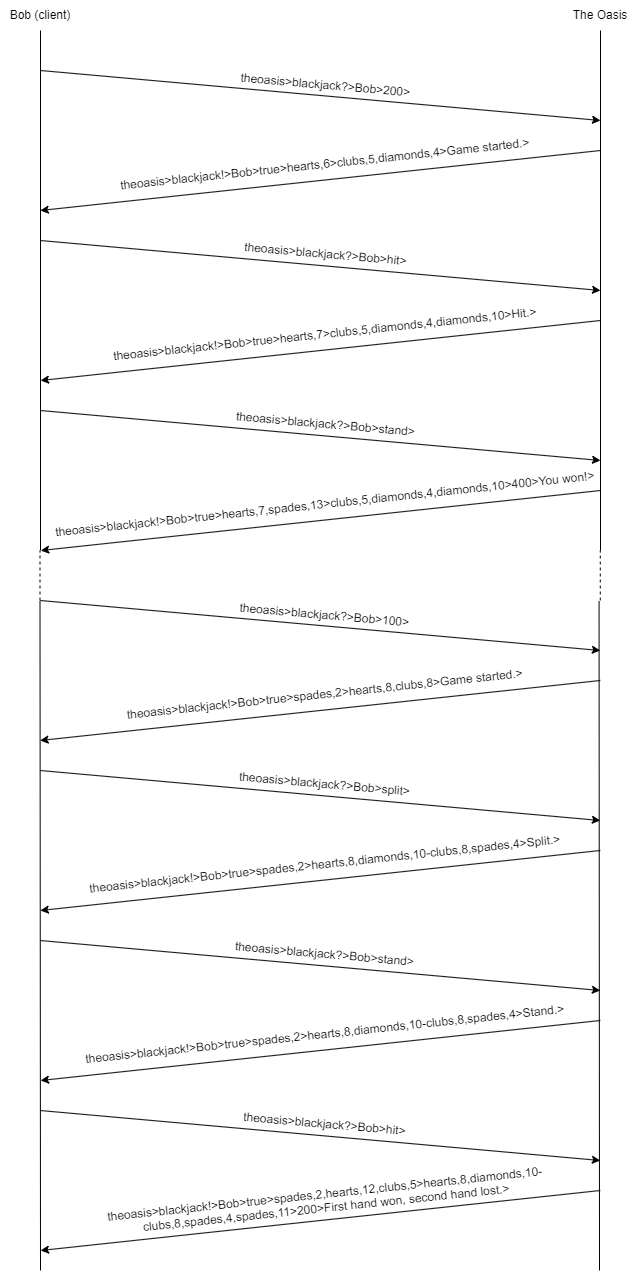
Above: media/blackjack_time.png in BrentGG/NP-ZMQ (draw.io), before the change. Source tidied: cells renumbered, new cells last; positions are measured from the earlier drawing's top-left corner, leaving out a move shared by most shapes. Its diagram source:
```xml
<mxGraphModel>
  <root>
    <mxCell id="0" />
    <mxCell id="1" parent="0" />
    <mxCell id="2" style="endArrow=none;html=1;rounded=0;" parent="1" edge="1">
      <mxGeometry relative="1" as="geometry">
        <mxPoint x="40" y="550" as="sourcePoint" />
        <mxPoint x="40" y="30" as="targetPoint" />
      </mxGeometry>
    </mxCell>
    <mxCell id="3" style="endArrow=none;html=1;rounded=0;" parent="1" edge="1">
      <mxGeometry relative="1" as="geometry">
        <mxPoint x="600" y="550" as="sourcePoint" />
        <mxPoint x="600" y="30" as="targetPoint" />
      </mxGeometry>
    </mxCell>
    <mxCell id="4" value="Bob (client)" style="text;html=1;strokeColor=none;fillColor=none;align=center;verticalAlign=middle;whiteSpace=wrap;rounded=0;" parent="1" vertex="1">
      <mxGeometry width="80" height="30" as="geometry" />
    </mxCell>
    <mxCell id="5" value="The Oasis" style="text;html=1;strokeColor=none;fillColor=none;align=center;verticalAlign=middle;whiteSpace=wrap;rounded=0;" parent="1" vertex="1">
      <mxGeometry x="560" width="80" height="30" as="geometry" />
    </mxCell>
    <mxCell id="6" style="endArrow=classic;html=1;rounded=0;" parent="1" edge="1">
      <mxGeometry relative="1" as="geometry">
        <mxPoint x="40" y="70" as="sourcePoint" />
        <mxPoint x="600" y="120" as="targetPoint" />
      </mxGeometry>
    </mxCell>
    <mxCell id="7" value="theoasis&gt;blackjack?&gt;Bob&gt;200&gt;" style="text;whiteSpace=wrap;fontColor=default;align=center;rotation=5;" parent="1" vertex="1">
      <mxGeometry x="89.9" y="70.5" width="470.1" height="30" as="geometry" />
    </mxCell>
    <mxCell id="8" style="endArrow=classic;html=1;rounded=0;" parent="1" edge="1">
      <mxGeometry relative="1" as="geometry">
        <mxPoint x="600" y="150" as="sourcePoint" />
        <mxPoint x="39.8" y="210" as="targetPoint" />
      </mxGeometry>
    </mxCell>
    <mxCell id="9" style="endArrow=none;dashed=1;html=1;rounded=0;" parent="1" edge="1">
      <mxGeometry relative="1" as="geometry">
        <mxPoint x="39.5" y="600" as="sourcePoint" />
        <mxPoint x="39.5" y="550" as="targetPoint" />
      </mxGeometry>
    </mxCell>
    <mxCell id="10" style="endArrow=none;dashed=1;html=1;rounded=0;" parent="1" edge="1">
      <mxGeometry relative="1" as="geometry">
        <mxPoint x="599.8" y="600" as="sourcePoint" />
        <mxPoint x="599.8" y="550" as="targetPoint" />
      </mxGeometry>
    </mxCell>
    <mxCell id="11" value="theoasis&gt;blackjack!&gt;Bob&gt;true&gt;hearts,6&gt;clubs,5,diamonds,4&gt;Game started.&gt;" style="text;whiteSpace=wrap;fontColor=default;align=center;rotation=354;" parent="1" vertex="1">
      <mxGeometry x="50.1" y="150" width="549.6" height="30" as="geometry" />
    </mxCell>
    <mxCell id="12" style="endArrow=classic;html=1;rounded=0;" parent="1" edge="1">
      <mxGeometry relative="1" as="geometry">
        <mxPoint x="39.8" y="240" as="sourcePoint" />
        <mxPoint x="600" y="290" as="targetPoint" />
      </mxGeometry>
    </mxCell>
    <mxCell id="13" value="theoasis&gt;blackjack?&gt;Bob&gt;hit&gt;" style="text;whiteSpace=wrap;fontColor=default;align=center;rotation=5;" parent="1" vertex="1">
      <mxGeometry x="89.9" y="240" width="470.1" height="30" as="geometry" />
    </mxCell>
    <mxCell id="14" style="endArrow=classic;html=1;rounded=0;" parent="1" edge="1">
      <mxGeometry relative="1" as="geometry">
        <mxPoint x="600" y="320" as="sourcePoint" />
        <mxPoint x="40" y="380" as="targetPoint" />
      </mxGeometry>
    </mxCell>
    <mxCell id="15" value="theoasis&gt;blackjack!&gt;Bob&gt;true&gt;hearts,7&gt;clubs,5,diamonds,4,diamonds,10&gt;Hit.&gt;" style="text;whiteSpace=wrap;fontColor=default;align=center;rotation=354;" parent="1" vertex="1">
      <mxGeometry x="50.1" y="320" width="549.6" height="30" as="geometry" />
    </mxCell>
    <mxCell id="16" style="endArrow=classic;html=1;rounded=0;" parent="1" edge="1">
      <mxGeometry relative="1" as="geometry">
        <mxPoint x="39.8" y="410" as="sourcePoint" />
        <mxPoint x="600" y="460" as="targetPoint" />
      </mxGeometry>
    </mxCell>
    <mxCell id="17" value="theoasis&gt;blackjack?&gt;Bob&gt;stand&gt;" style="text;whiteSpace=wrap;fontColor=default;align=center;rotation=5;" parent="1" vertex="1">
      <mxGeometry x="89.9" y="410" width="470.1" height="30" as="geometry" />
    </mxCell>
    <mxCell id="18" style="endArrow=classic;html=1;rounded=0;" parent="1" edge="1">
      <mxGeometry relative="1" as="geometry">
        <mxPoint x="600" y="490" as="sourcePoint" />
        <mxPoint x="40.3" y="550" as="targetPoint" />
      </mxGeometry>
    </mxCell>
    <mxCell id="19" value="theoasis&gt;blackjack!&gt;Bob&gt;true&gt;hearts,7,spades,13&gt;clubs,5,diamonds,4,diamonds,10&gt;400&gt;You won!&gt;" style="text;whiteSpace=wrap;fontColor=default;align=center;rotation=354;" parent="1" vertex="1">
      <mxGeometry x="50.1" y="490" width="549.6" height="30" as="geometry" />
    </mxCell>
    <mxCell id="20" style="endArrow=classic;html=1;rounded=0;" parent="1" edge="1">
      <mxGeometry relative="1" as="geometry">
        <mxPoint x="39.8" y="600" as="sourcePoint" />
        <mxPoint x="599.8" y="650" as="targetPoint" />
      </mxGeometry>
    </mxCell>
    <mxCell id="21" value="theoasis&gt;blackjack?&gt;Bob&gt;100&gt;" style="text;whiteSpace=wrap;fontColor=default;align=center;rotation=5;" parent="1" vertex="1">
      <mxGeometry x="89.7" y="600.5" width="470.1" height="30" as="geometry" />
    </mxCell>
    <mxCell id="22" style="endArrow=classic;html=1;rounded=0;" parent="1" edge="1">
      <mxGeometry relative="1" as="geometry">
        <mxPoint x="599.8" y="680" as="sourcePoint" />
        <mxPoint x="39.6" y="740" as="targetPoint" />
      </mxGeometry>
    </mxCell>
    <mxCell id="23" value="theoasis&gt;blackjack!&gt;Bob&gt;true&gt;spades,2&gt;hearts,8,clubs,8&gt;Game started.&gt;" style="text;whiteSpace=wrap;fontColor=default;align=center;rotation=354;" parent="1" vertex="1">
      <mxGeometry x="49.9" y="680" width="549.6" height="30" as="geometry" />
    </mxCell>
    <mxCell id="24" style="endArrow=classic;html=1;rounded=0;" parent="1" edge="1">
      <mxGeometry relative="1" as="geometry">
        <mxPoint x="39.6" y="770" as="sourcePoint" />
        <mxPoint x="599.8" y="820" as="targetPoint" />
      </mxGeometry>
    </mxCell>
    <mxCell id="25" value="theoasis&gt;blackjack?&gt;Bob&gt;split&gt;" style="text;whiteSpace=wrap;fontColor=default;align=center;rotation=5;" parent="1" vertex="1">
      <mxGeometry x="89.7" y="770" width="470.1" height="30" as="geometry" />
    </mxCell>
    <mxCell id="26" style="endArrow=classic;html=1;rounded=0;" parent="1" edge="1">
      <mxGeometry relative="1" as="geometry">
        <mxPoint x="599.8" y="850" as="sourcePoint" />
        <mxPoint x="39.8" y="910" as="targetPoint" />
      </mxGeometry>
    </mxCell>
    <mxCell id="27" value="theoasis&gt;blackjack!&gt;Bob&gt;true&gt;spades,2&gt;hearts,8,diamonds,10-clubs,8,spades,4&gt;Split.&gt;" style="text;whiteSpace=wrap;fontColor=default;align=center;rotation=354;" parent="1" vertex="1">
      <mxGeometry x="49.9" y="850" width="549.6" height="30" as="geometry" />
    </mxCell>
    <mxCell id="28" style="endArrow=classic;html=1;rounded=0;" parent="1" edge="1">
      <mxGeometry relative="1" as="geometry">
        <mxPoint x="39.6" y="940" as="sourcePoint" />
        <mxPoint x="599.8" y="990" as="targetPoint" />
      </mxGeometry>
    </mxCell>
    <mxCell id="29" value="theoasis&gt;blackjack?&gt;Bob&gt;stand&gt;" style="text;whiteSpace=wrap;fontColor=default;align=center;rotation=5;" parent="1" vertex="1">
      <mxGeometry x="89.7" y="940" width="470.1" height="30" as="geometry" />
    </mxCell>
    <mxCell id="30" style="endArrow=classic;html=1;rounded=0;" parent="1" edge="1">
      <mxGeometry relative="1" as="geometry">
        <mxPoint x="599.8" y="1020" as="sourcePoint" />
        <mxPoint x="40.1" y="1080" as="targetPoint" />
      </mxGeometry>
    </mxCell>
    <mxCell id="31" style="endArrow=none;html=1;rounded=0;" parent="1" edge="1">
      <mxGeometry relative="1" as="geometry">
        <mxPoint x="40" y="1270" as="sourcePoint" />
        <mxPoint x="39.5" y="600.5" as="targetPoint" />
      </mxGeometry>
    </mxCell>
    <mxCell id="32" style="endArrow=none;html=1;rounded=0;" parent="1" edge="1">
      <mxGeometry relative="1" as="geometry">
        <mxPoint x="599" y="1270" as="sourcePoint" />
        <mxPoint x="598.6" y="600.5" as="targetPoint" />
      </mxGeometry>
    </mxCell>
    <mxCell id="33" value="theoasis&gt;blackjack!&gt;Bob&gt;true&gt;spades,2&gt;hearts,8,diamonds,10-clubs,8,spades,4&gt;Stand.&gt;" style="text;whiteSpace=wrap;fontColor=default;align=center;rotation=354;" parent="1" vertex="1">
      <mxGeometry x="50.1" y="1020" width="549.6" height="30" as="geometry" />
    </mxCell>
    <mxCell id="34" style="endArrow=classic;html=1;rounded=0;" parent="1" edge="1">
      <mxGeometry relative="1" as="geometry">
        <mxPoint x="39.6" y="1110" as="sourcePoint" />
        <mxPoint x="599.8" y="1160" as="targetPoint" />
      </mxGeometry>
    </mxCell>
    <mxCell id="35" value="theoasis&gt;blackjack?&gt;Bob&gt;hit&gt;" style="text;whiteSpace=wrap;fontColor=default;align=center;rotation=5;" parent="1" vertex="1">
      <mxGeometry x="89.7" y="1110" width="470.1" height="30" as="geometry" />
    </mxCell>
    <mxCell id="36" style="endArrow=classic;html=1;rounded=0;" parent="1" edge="1">
      <mxGeometry relative="1" as="geometry">
        <mxPoint x="599.8" y="1190" as="sourcePoint" />
        <mxPoint x="40.1" y="1250" as="targetPoint" />
      </mxGeometry>
    </mxCell>
    <mxCell id="37" value="theoasis&gt;blackjack!&gt;Bob&gt;true&gt;spades,2,hearts,12,clubs,5&gt;hearts,8,diamonds,10-clubs,8,spades,4,spades,11&gt;200&gt;First hand won, second hand lost.&gt;" style="text;whiteSpace=wrap;fontColor=default;align=center;rotation=354;" parent="1" vertex="1">
      <mxGeometry x="49.9" y="1180" width="549.6" height="30" as="geometry" />
    </mxCell>
  </root>
</mxGraphModel>
```
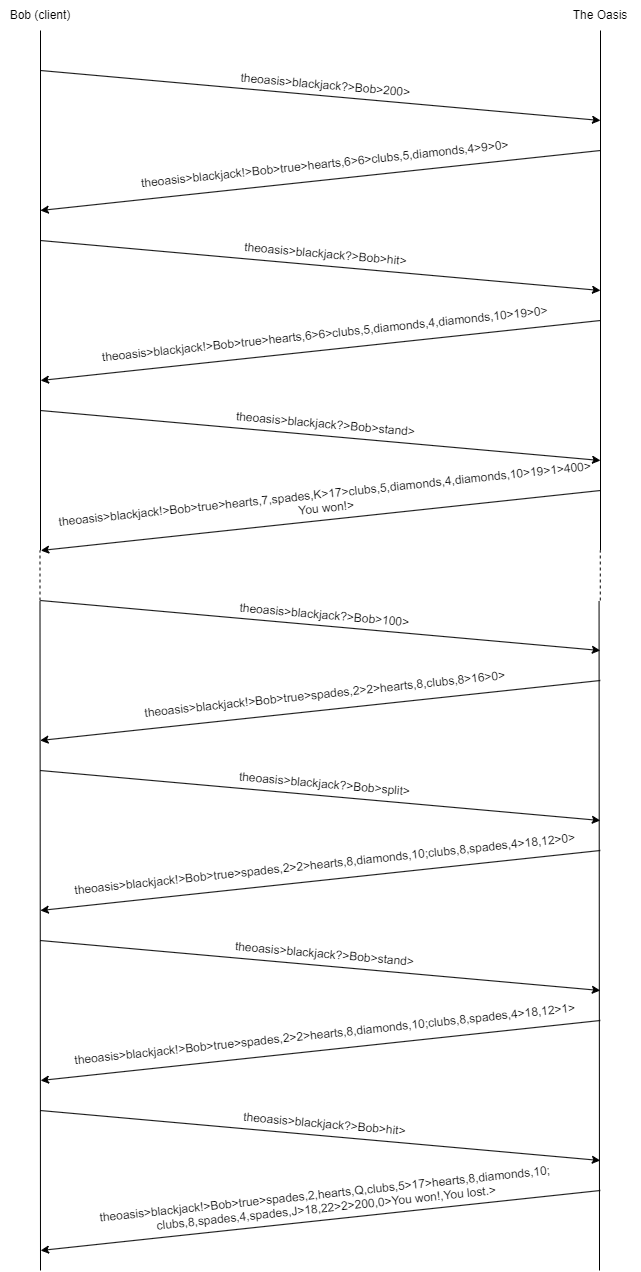
After the commit.

Change to the diagram source:
```diff
@@ -47,7 +47,7 @@
         <mxPoint x="599.8" y="550" as="targetPoint" />
       </mxGeometry>
     </mxCell>
-    <mxCell id="11" value="theoasis&gt;blackjack!&gt;Bob&gt;true&gt;hearts,6&gt;clubs,5,diamonds,4&gt;Game started.&gt;" style="text;whiteSpace=wrap;fontColor=default;align=center;rotation=354;" parent="1" vertex="1">
+    <mxCell id="11" value="theoasis&gt;blackjack!&gt;Bob&gt;true&gt;hearts,6&gt;6&gt;clubs,5,diamonds,4&gt;9&gt;0&gt;" style="text;whiteSpace=wrap;fontColor=default;align=center;rotation=354;" parent="1" vertex="1">
       <mxGeometry x="50.1" y="150" width="549.6" height="30" as="geometry" />
     </mxCell>
     <mxCell id="12" style="endArrow=classic;html=1;rounded=0;" parent="1" edge="1">
@@ -65,7 +65,7 @@
         <mxPoint x="40" y="380" as="targetPoint" />
       </mxGeometry>
     </mxCell>
-    <mxCell id="15" value="theoasis&gt;blackjack!&gt;Bob&gt;true&gt;hearts,7&gt;clubs,5,diamonds,4,diamonds,10&gt;Hit.&gt;" style="text;whiteSpace=wrap;fontColor=default;align=center;rotation=354;" parent="1" vertex="1">
+    <mxCell id="15" value="theoasis&gt;blackjack!&gt;Bob&gt;true&gt;hearts,6&gt;6&gt;clubs,5,diamonds,4,diamonds,10&gt;19&gt;0&gt;" style="text;whiteSpace=wrap;fontColor=default;align=center;rotation=354;" parent="1" vertex="1">
       <mxGeometry x="50.1" y="320" width="549.6" height="30" as="geometry" />
     </mxCell>
     <mxCell id="16" style="endArrow=classic;html=1;rounded=0;" parent="1" edge="1">
@@ -83,8 +83,8 @@
         <mxPoint x="40.3" y="550" as="targetPoint" />
       </mxGeometry>
     </mxCell>
-    <mxCell id="19" value="theoasis&gt;blackjack!&gt;Bob&gt;true&gt;hearts,7,spades,13&gt;clubs,5,diamonds,4,diamonds,10&gt;400&gt;You won!&gt;" style="text;whiteSpace=wrap;fontColor=default;align=center;rotation=354;" parent="1" vertex="1">
-      <mxGeometry x="50.1" y="490" width="549.6" height="30" as="geometry" />
+    <mxCell id="19" value="theoasis&gt;blackjack!&gt;Bob&gt;true&gt;hearts,7,spades,K&gt;17&gt;clubs,5,diamonds,4,diamonds,10&gt;19&gt;1&gt;400&gt;&#10;You won!&gt;" style="text;whiteSpace=wrap;fontColor=default;align=center;rotation=354;" parent="1" vertex="1">
+      <mxGeometry x="49.9" y="480" width="549.6" height="30" as="geometry" />
     </mxCell>
     <mxCell id="20" style="endArrow=classic;html=1;rounded=0;" parent="1" edge="1">
       <mxGeometry relative="1" as="geometry">
@@ -101,7 +101,7 @@
         <mxPoint x="39.6" y="740" as="targetPoint" />
       </mxGeometry>
     </mxCell>
-    <mxCell id="23" value="theoasis&gt;blackjack!&gt;Bob&gt;true&gt;spades,2&gt;hearts,8,clubs,8&gt;Game started.&gt;" style="text;whiteSpace=wrap;fontColor=default;align=center;rotation=354;" parent="1" vertex="1">
+    <mxCell id="23" value="theoasis&gt;blackjack!&gt;Bob&gt;true&gt;spades,2&gt;2&gt;hearts,8,clubs,8&gt;16&gt;0&gt;" style="text;whiteSpace=wrap;fontColor=default;align=center;rotation=354;" parent="1" vertex="1">
       <mxGeometry x="49.9" y="680" width="549.6" height="30" as="geometry" />
     </mxCell>
     <mxCell id="24" style="endArrow=classic;html=1;rounded=0;" parent="1" edge="1">
@@ -119,7 +119,7 @@
         <mxPoint x="39.8" y="910" as="targetPoint" />
       </mxGeometry>
     </mxCell>
-    <mxCell id="27" value="theoasis&gt;blackjack!&gt;Bob&gt;true&gt;spades,2&gt;hearts,8,diamonds,10-clubs,8,spades,4&gt;Split.&gt;" style="text;whiteSpace=wrap;fontColor=default;align=center;rotation=354;" parent="1" vertex="1">
+    <mxCell id="27" value="theoasis&gt;blackjack!&gt;Bob&gt;true&gt;spades,2&gt;2&gt;hearts,8,diamonds,10;clubs,8,spades,4&gt;18,12&gt;0&gt;" style="text;whiteSpace=wrap;fontColor=default;align=center;rotation=354;" parent="1" vertex="1">
       <mxGeometry x="49.9" y="850" width="549.6" height="30" as="geometry" />
     </mxCell>
     <mxCell id="28" style="endArrow=classic;html=1;rounded=0;" parent="1" edge="1">
@@ -149,7 +149,7 @@
         <mxPoint x="598.6" y="600.5" as="targetPoint" />
       </mxGeometry>
     </mxCell>
-    <mxCell id="33" value="theoasis&gt;blackjack!&gt;Bob&gt;true&gt;spades,2&gt;hearts,8,diamonds,10-clubs,8,spades,4&gt;Stand.&gt;" style="text;whiteSpace=wrap;fontColor=default;align=center;rotation=354;" parent="1" vertex="1">
+    <mxCell id="33" value="theoasis&gt;blackjack!&gt;Bob&gt;true&gt;spades,2&gt;2&gt;hearts,8,diamonds,10;clubs,8,spades,4&gt;18,12&gt;1&gt;" style="text;whiteSpace=wrap;fontColor=default;align=center;rotation=354;" parent="1" vertex="1">
       <mxGeometry x="50.1" y="1020" width="549.6" height="30" as="geometry" />
     </mxCell>
     <mxCell id="34" style="endArrow=classic;html=1;rounded=0;" parent="1" edge="1">
@@ -167,7 +167,7 @@
         <mxPoint x="40.1" y="1250" as="targetPoint" />
       </mxGeometry>
     </mxCell>
-    <mxCell id="37" value="theoasis&gt;blackjack!&gt;Bob&gt;true&gt;spades,2,hearts,12,clubs,5&gt;hearts,8,diamonds,10-clubs,8,spades,4,spades,11&gt;200&gt;First hand won, second hand lost.&gt;" style="text;whiteSpace=wrap;fontColor=default;align=center;rotation=354;" parent="1" vertex="1">
+    <mxCell id="37" value="theoasis&gt;blackjack!&gt;Bob&gt;true&gt;spades,2,hearts,Q,clubs,5&gt;17&gt;hearts,8,diamonds,10;&#10;clubs,8,spades,4,spades,J&gt;18,22&gt;2&gt;200,0&gt;You won!,You lost.&gt;" style="text;whiteSpace=wrap;fontColor=default;align=center;rotation=354;" parent="1" vertex="1">
       <mxGeometry x="49.9" y="1180" width="549.6" height="30" as="geometry" />
     </mxCell>
   </root>
```
